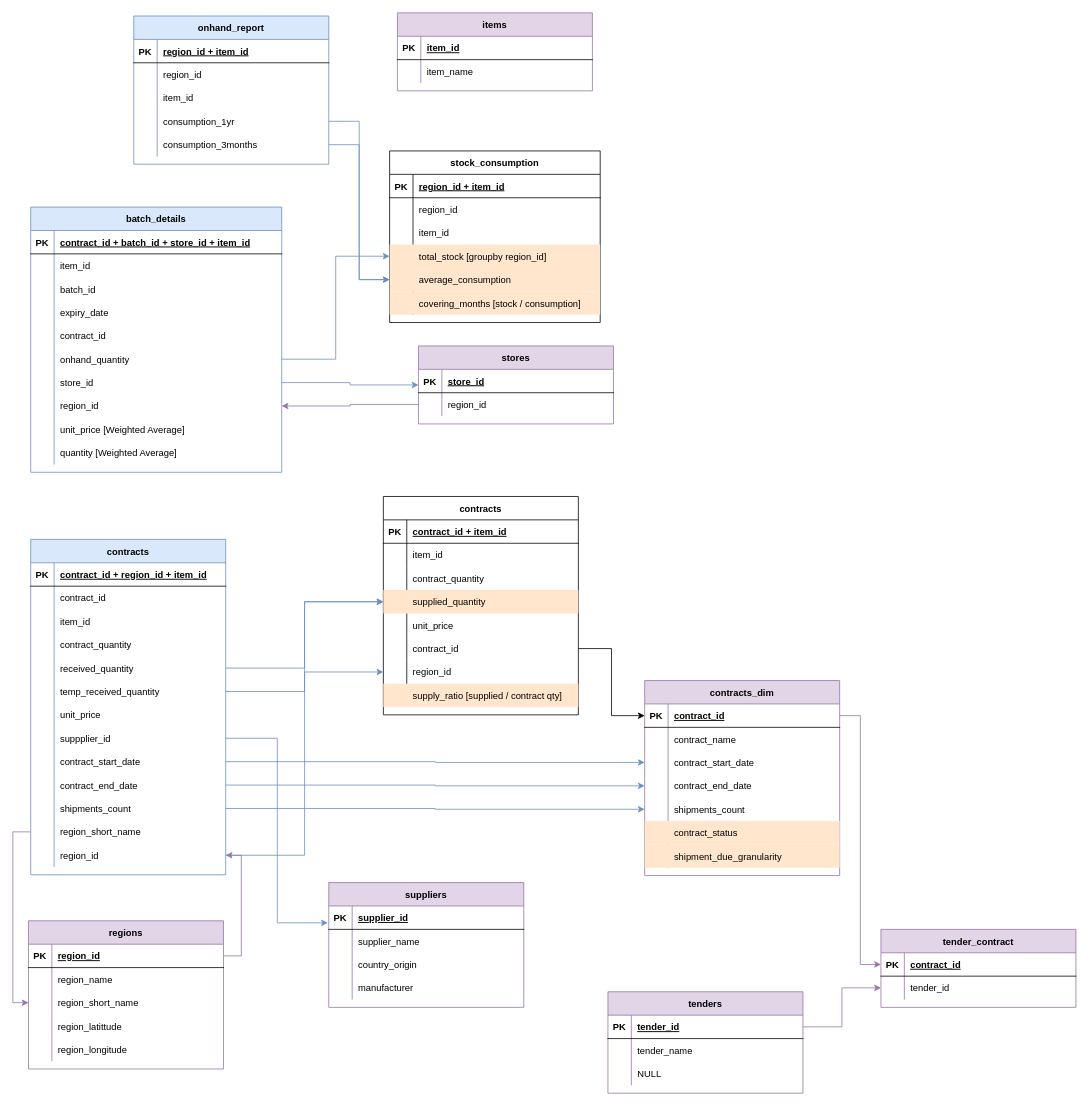
Before: oos_bot.drawio in HammadYasin/OOS-Analysis-Bot, a draw.io diagram. Source tidied: cells renumbered, new cells numbered last; positions are measured from the earlier drawing's top-left corner, leaving out a move shared by most shapes. Both pictures are drawn from the tidied source at 78%, with x=0, y=0 at pixel (28, 12).
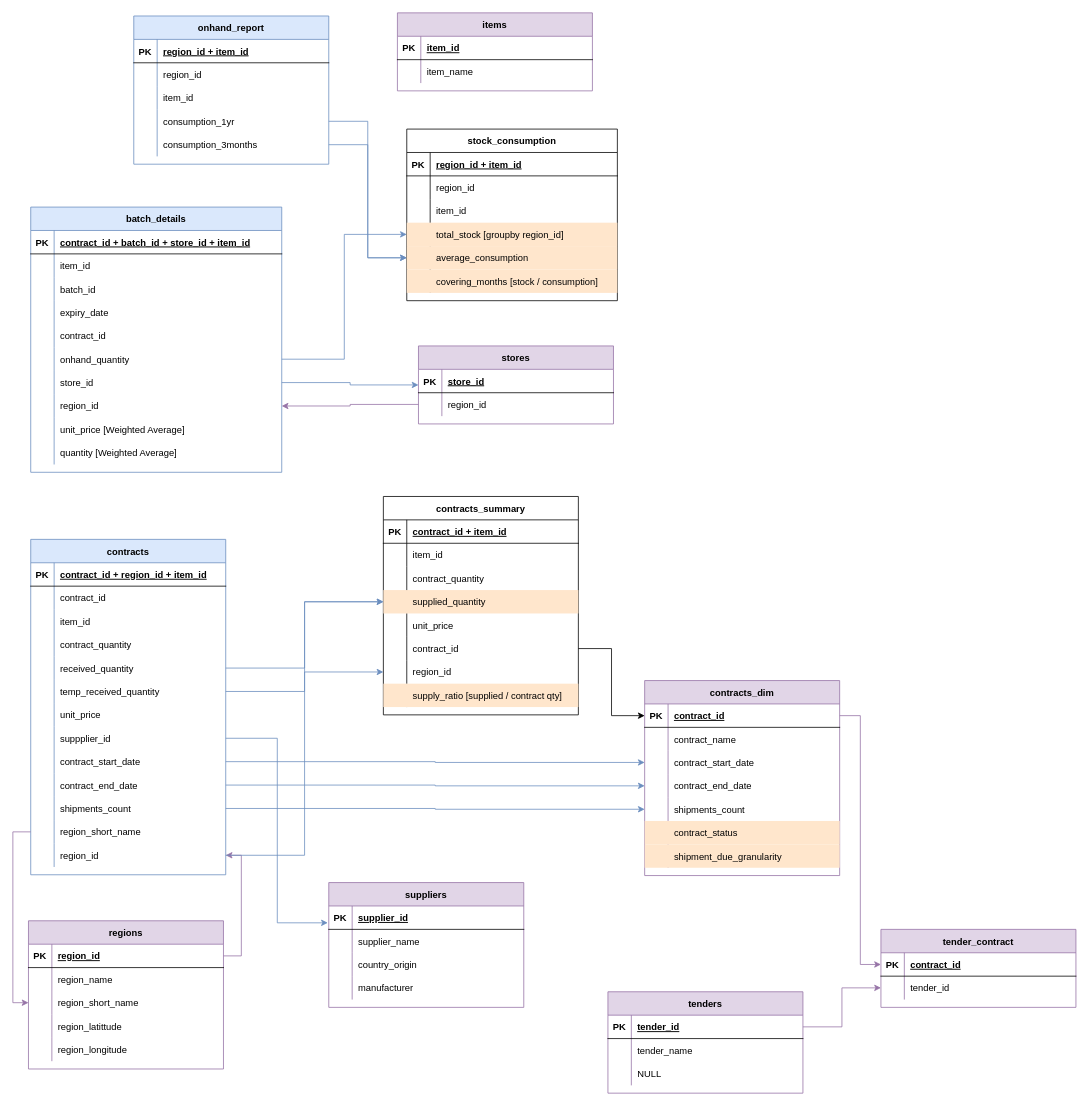
After the change.

The edit, as a diff of the source:
```diff
@@
     <mxCell id="112" value="stock_consumption" style="shape=table;startSize=30;childLayout=tableLayout;rowLines=0;fontStyle=1;align=center;" parent="1" vertex="1">
-      <mxGeometry x="463" y="177" width="270" height="220" as="geometry" />
+      <mxGeometry x="485" y="149" width="270" height="220" as="geometry" />
     </mxCell>
@@
-    <mxCell id="185" value="contracts" style="shape=table;startSize=30;childLayout=tableLayout;rowLines=0;fontStyle=1;align=center;" parent="1" vertex="1">
+    <mxCell id="185" value="contracts_summary" style="shape=table;startSize=30;childLayout=tableLayout;rowLines=0;fontStyle=1;align=center;" parent="1" vertex="1">
       <mxGeometry x="455" y="620" width="250" height="280" as="geometry" />
     </mxCell>
```
